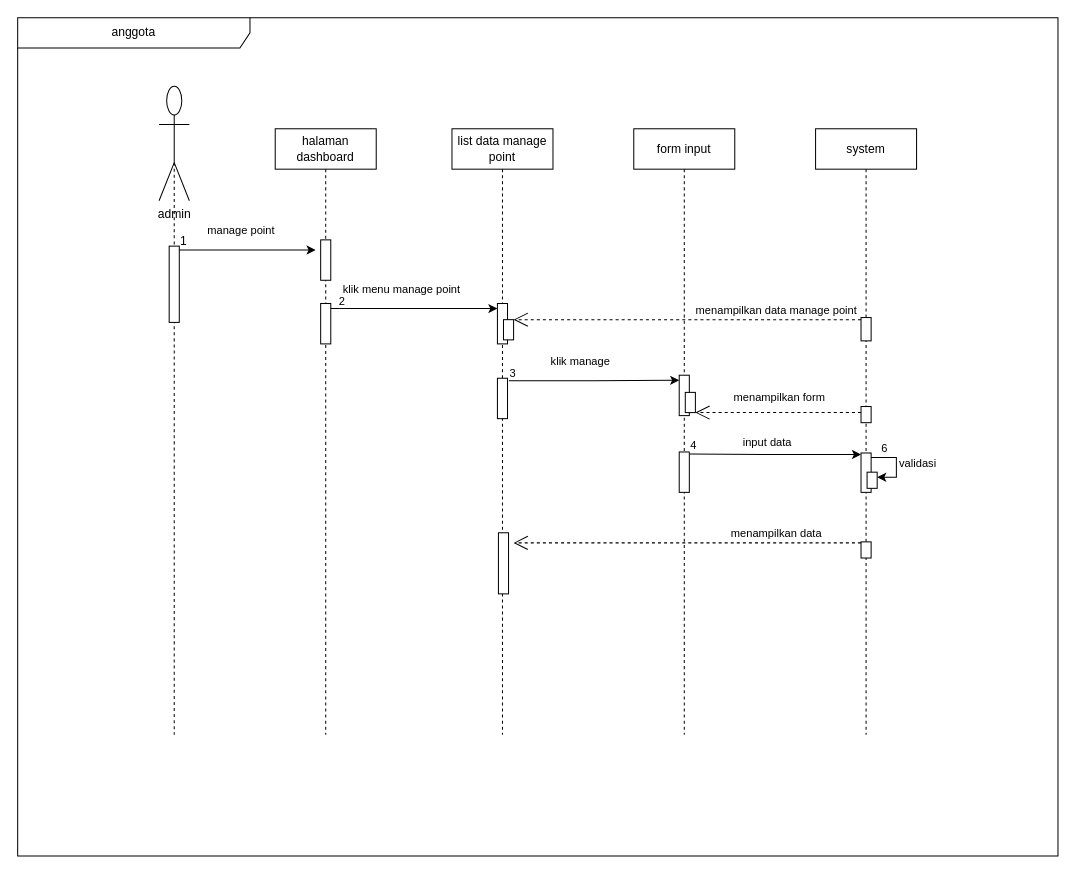
Above: page "Copy of Sequence anggota" (22 of 43) of public/Untitled Diagram.drawio in alinurd/simpanPinjam (draw.io), before the change. Source tidied: cells renumbered, new cells numbered last; positions are measured from the earlier drawing's top-left corner, leaving out a move shared by most shapes. Both pictures are drawn from the tidied source at 101%, with x=0, y=0 at pixel (17, 17).
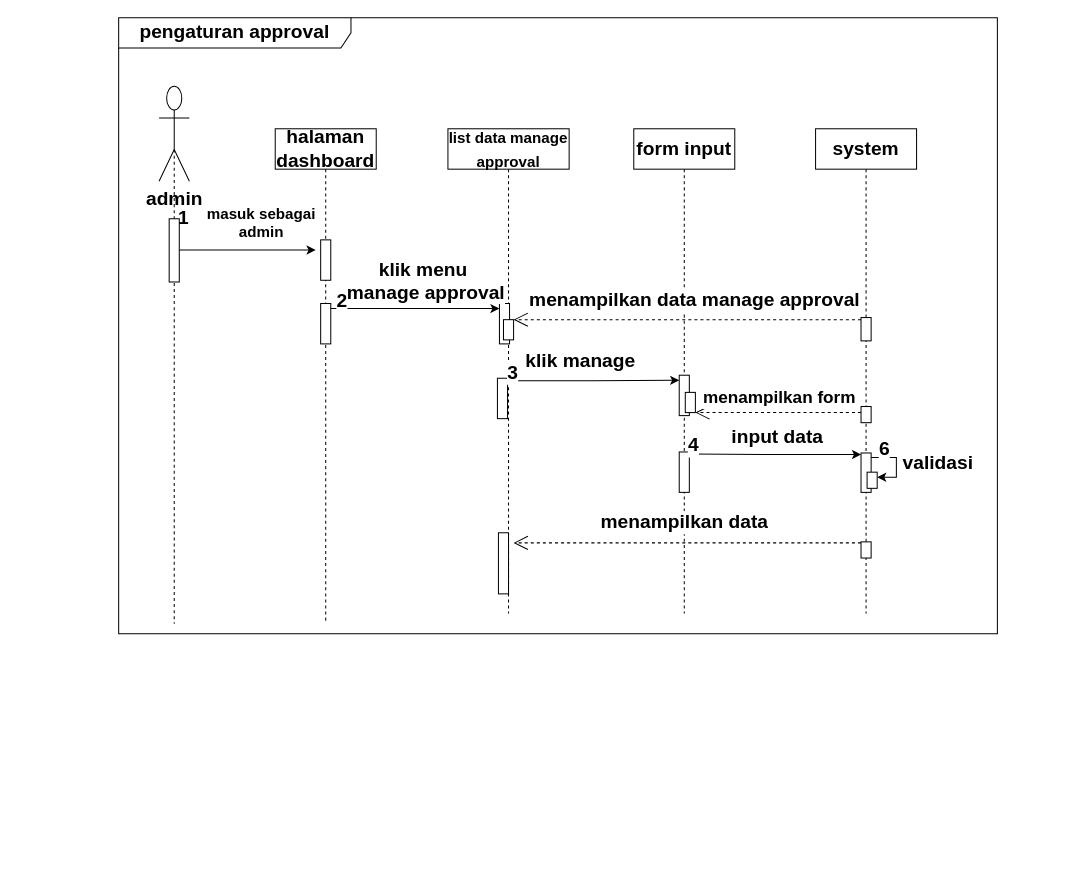
Above is the later version.

Diff of the diagram source:
```diff
@@
-    <mxCell id="2" value="list data manage point" style="shape=umlLifeline;perimeter=lifelinePerimeter;whiteSpace=wrap;html=1;newEdgeStyle={&quot;edgeStyle&quot;:&quot;elbowEdgeStyle&quot;,&quot;elbow&quot;:&quot;vertical&quot;,&quot;curved&quot;:0,&quot;rounded&quot;:0};" parent="1" vertex="1">
-      <mxGeometry x="430" y="110" width="100" height="600" as="geometry" />
+    <mxCell id="2" value="&lt;font style=&quot;font-size: 15px;&quot;&gt;list data manage approval&lt;/font&gt;" style="shape=umlLifeline;perimeter=lifelinePerimeter;whiteSpace=wrap;html=1;newEdgeStyle={&quot;edgeStyle&quot;:&quot;elbowEdgeStyle&quot;,&quot;elbow&quot;:&quot;vertical&quot;,&quot;curved&quot;:0,&quot;rounded&quot;:0};fontSize=19;fontStyle=1;" parent="1" vertex="1">
+      <mxGeometry x="426" y="110" width="120" height="480" as="geometry" />
     </mxCell>
-    <mxCell id="3" style="html=1;points=[[0,0,0,0,5],[0,1,0,0,-5],[1,0,0,0,5],[1,1,0,0,-5]];perimeter=orthogonalPerimeter;outlineConnect=0;targetShapes=umlLifeline;portConstraint=eastwest;newEdgeStyle={&quot;curved&quot;:0,&quot;rounded&quot;:0};" parent="2" vertex="1">
-      <mxGeometry x="45" y="173" width="10" height="40" as="geometry" />
+    <mxCell id="3" style="html=1;points=[[0,0,0,0,5],[0,1,0,0,-5],[1,0,0,0,5],[1,1,0,0,-5]];perimeter=orthogonalPerimeter;outlineConnect=0;targetShapes=umlLifeline;portConstraint=eastwest;newEdgeStyle={&quot;curved&quot;:0,&quot;rounded&quot;:0};fontSize=19;fontStyle=1;" parent="2" vertex="1">
+      <mxGeometry x="51" y="173" width="10" height="40" as="geometry" />
     </mxCell>
-    <mxCell id="4" value="anggota" style="shape=umlFrame;whiteSpace=wrap;html=1;width=230;height=30;" parent="1" vertex="1">
-      <mxGeometry width="1030" height="830" as="geometry" />
+    <mxCell id="4" value="pengaturan approval" style="shape=umlFrame;whiteSpace=wrap;html=1;width=230;height=30;fontSize=19;fontStyle=1;" parent="1" vertex="1">
+      <mxGeometry x="100" width="870" height="610" as="geometry" />
     </mxCell>
-    <mxCell id="5" value="halaman dashboard" style="shape=umlLifeline;perimeter=lifelinePerimeter;whiteSpace=wrap;html=1;newEdgeStyle={&quot;edgeStyle&quot;:&quot;elbowEdgeStyle&quot;,&quot;elbow&quot;:&quot;vertical&quot;,&quot;curved&quot;:0,&quot;rounded&quot;:0};" parent="1" vertex="1">
-      <mxGeometry x="255" y="110" width="100" height="600" as="geometry" />
+    <mxCell id="5" value="halaman dashboard" style="shape=umlLifeline;perimeter=lifelinePerimeter;whiteSpace=wrap;html=1;newEdgeStyle={&quot;edgeStyle&quot;:&quot;elbowEdgeStyle&quot;,&quot;elbow&quot;:&quot;vertical&quot;,&quot;curved&quot;:0,&quot;rounded&quot;:0};fontSize=19;fontStyle=1;" parent="1" vertex="1">
+      <mxGeometry x="255" y="110" width="100" height="490" as="geometry" />
     </mxCell>
-    <mxCell id="6" style="html=1;perimeter=orthogonalPerimeter;targetShapes=umlLifeline;newEdgeStyle={&quot;curved&quot;:0,&quot;rounded&quot;:0};" parent="5" vertex="1">
+    <mxCell id="6" style="html=1;perimeter=orthogonalPerimeter;targetShapes=umlLifeline;newEdgeStyle={&quot;curved&quot;:0,&quot;rounded&quot;:0};fontSize=19;fontStyle=1;" parent="5" vertex="1">
       <mxGeometry x="45" y="110" width="10" height="40" as="geometry" />
     </mxCell>
-    <mxCell id="7" style="html=1;points=[[0,0,0,0,5],[0,1,0,0,-5],[1,0,0,0,5],[1,1,0,0,-5]];perimeter=orthogonalPerimeter;outlineConnect=0;targetShapes=umlLifeline;portConstraint=eastwest;newEdgeStyle={&quot;curved&quot;:0,&quot;rounded&quot;:0};" parent="5" vertex="1">
+    <mxCell id="7" style="html=1;points=[[0,0,0,0,5],[0,1,0,0,-5],[1,0,0,0,5],[1,1,0,0,-5]];perimeter=orthogonalPerimeter;outlineConnect=0;targetShapes=umlLifeline;portConstraint=eastwest;newEdgeStyle={&quot;curved&quot;:0,&quot;rounded&quot;:0};fontSize=19;fontStyle=1;" parent="5" vertex="1">
       <mxGeometry x="45" y="173" width="10" height="40" as="geometry" />
     </mxCell>
-    <mxCell id="8" style="group;" parent="1" vertex="1">
-      <mxGeometry x="105" y="68" width="100" height="642" as="geometry" />
+    <mxCell id="8" style="group;fontSize=19;fontStyle=1;" parent="1" vertex="1">
+      <mxGeometry x="105" y="68" width="100" height="532" as="geometry" />
     </mxCell>
-    <mxCell id="9" style="shape=umlLifeline;perimeter=lifelinePerimeter;whiteSpace=wrap;html=1;newEdgeStyle={&quot;edgeStyle&quot;:&quot;elbowEdgeStyle&quot;,&quot;elbow&quot;:&quot;vertical&quot;,&quot;curved&quot;:0,&quot;rounded&quot;:0};size=0;" parent="8" vertex="1">
-      <mxGeometry y="75.5" width="100" height="566.5" as="geometry" />
+    <mxCell id="9" style="shape=umlLifeline;perimeter=lifelinePerimeter;whiteSpace=wrap;html=1;newEdgeStyle={&quot;edgeStyle&quot;:&quot;elbowEdgeStyle&quot;,&quot;elbow&quot;:&quot;vertical&quot;,&quot;curved&quot;:0,&quot;rounded&quot;:0};size=0;fontSize=19;fontStyle=1;" parent="8" vertex="1">
+      <mxGeometry y="62.6" width="100" height="469.4" as="geometry" />
     </mxCell>
-    <mxCell id="10" value="admin" style="shape=umlActor;verticalLabelPosition=bottom;verticalAlign=top;html=1;" parent="8" vertex="1">
-      <mxGeometry x="35" width="30" height="113.3" as="geometry" />
+    <mxCell id="10" value="admin" style="shape=umlActor;verticalLabelPosition=bottom;verticalAlign=top;html=1;fontSize=19;fontStyle=1;" parent="8" vertex="1">
+      <mxGeometry x="35" width="30" height="93.9" as="geometry" />
     </mxCell>
-    <mxCell id="11" style="html=1;perimeter=orthogonalPerimeter;targetShapes=umlLifeline;newEdgeStyle={&quot;curved&quot;:0,&quot;rounded&quot;:0};" parent="8" vertex="1">
-      <mxGeometry x="45" y="158.2" width="10" height="75.5" as="geometry" />
+    <mxCell id="11" style="html=1;perimeter=orthogonalPerimeter;targetShapes=umlLifeline;newEdgeStyle={&quot;curved&quot;:0,&quot;rounded&quot;:0};fontSize=19;fontStyle=1;" parent="8" vertex="1">
+      <mxGeometry x="45" y="131.1" width="10" height="62.6" as="geometry" />
     </mxCell>
-    <mxCell id="12" value="1" style="text;html=1;align=center;verticalAlign=middle;strokeColor=none;fillColor=none;" parent="8" vertex="1">
-      <mxGeometry x="44" y="139" width="30" height="30" as="geometry" />
+    <mxCell id="12" value="1" style="text;html=1;align=center;verticalAlign=middle;strokeColor=none;fillColor=none;fontSize=19;fontStyle=1;" parent="8" vertex="1">
+      <mxGeometry x="44" y="111" width="30" height="40" as="geometry" />
     </mxCell>
-    <mxCell id="13" style="edgeStyle=orthogonalEdgeStyle;rounded=0;orthogonalLoop=1;jettySize=auto;html=1;curved=0;" parent="1" edge="1">
+    <mxCell id="13" style="edgeStyle=orthogonalEdgeStyle;rounded=0;orthogonalLoop=1;jettySize=auto;html=1;curved=0;fontSize=19;fontStyle=1;" parent="1" edge="1">
       <mxGeometry relative="1" as="geometry">
         <mxPoint x="160" y="230" as="sourcePoint" />
         <mxPoint x="295" y="230" as="targetPoint" />
       </mxGeometry>
     </mxCell>
-    <mxCell id="14" value="manage point" style="edgeLabel;html=1;align=center;verticalAlign=middle;" parent="13" vertex="1">
+    <mxCell id="14" value="&lt;div style=&quot;font-size: 15px;&quot;&gt;&lt;font style=&quot;font-size: 15px;&quot;&gt;masuk sebagai&lt;/font&gt;&lt;/div&gt;&lt;div style=&quot;font-size: 15px;&quot;&gt;&lt;font style=&quot;font-size: 15px;&quot;&gt;admin&lt;br&gt;&lt;/font&gt;&lt;/div&gt;" style="edgeLabel;html=1;align=center;verticalAlign=middle;fontSize=19;fontStyle=1;" parent="13" vertex="1">
       <mxGeometry x="-0.43" y="1" relative="1" as="geometry">
-        <mxPoint x="22" y="-19" as="offset" />
+        <mxPoint x="42" y="-27" as="offset" />
       </mxGeometry>
     </mxCell>
-    <mxCell id="15" style="edgeStyle=orthogonalEdgeStyle;rounded=0;jettySize=auto;html=1;curved=0;entryX=0;entryY=0;entryDx=0;entryDy=5;entryPerimeter=0;exitX=1;exitY=0;exitDx=0;exitDy=5;exitPerimeter=0;" parent="1" edge="1" source="7" target="3">
+    <mxCell id="15" style="edgeStyle=orthogonalEdgeStyle;rounded=0;jettySize=auto;html=1;curved=0;entryX=0;entryY=0;entryDx=0;entryDy=5;entryPerimeter=0;exitX=1;exitY=0;exitDx=0;exitDy=5;exitPerimeter=0;fontSize=19;fontStyle=1;" parent="1" edge="1" source="7" target="3">
       <mxGeometry relative="1" as="geometry" />
     </mxCell>
-    <mxCell id="16" value="klik menu manage point" style="edgeLabel;html=1;align=center;verticalAlign=middle;" parent="15" vertex="1">
+    <mxCell id="16" value="&lt;div&gt;klik menu&amp;nbsp;&lt;/div&gt;&lt;div&gt;manage approval&lt;/div&gt;" style="edgeLabel;html=1;align=center;verticalAlign=middle;fontSize=19;fontStyle=1;" parent="15" vertex="1">
       <mxGeometry x="-0.43" y="1" relative="1" as="geometry">
-        <mxPoint x="22" y="-19" as="offset" />
+        <mxPoint x="45" y="-27" as="offset" />
       </mxGeometry>
     </mxCell>
-    <mxCell id="17" value="2" style="edgeLabel;html=1;align=center;verticalAlign=middle;" parent="1" vertex="1">
+    <mxCell id="17" value="2" style="edgeLabel;html=1;align=center;verticalAlign=middle;fontSize=19;fontStyle=1;" parent="1" vertex="1">
       <mxGeometry x="320" y="280" as="geometry" />
     </mxCell>
-    <mxCell id="18" style="html=1;points=[[0,0,0,0,5],[0,1,0,0,-5],[1,0,0,0,5],[1,1,0,0,-5]];perimeter=orthogonalPerimeter;outlineConnect=0;targetShapes=umlLifeline;portConstraint=eastwest;newEdgeStyle={&quot;curved&quot;:0,&quot;rounded&quot;:0};" parent="1" vertex="1">
+    <mxCell id="18" style="html=1;points=[[0,0,0,0,5],[0,1,0,0,-5],[1,0,0,0,5],[1,1,0,0,-5]];perimeter=orthogonalPerimeter;outlineConnect=0;targetShapes=umlLifeline;portConstraint=eastwest;newEdgeStyle={&quot;curved&quot;:0,&quot;rounded&quot;:0};fontSize=19;fontStyle=1;" parent="1" vertex="1">
       <mxGeometry x="475" y="357" width="10" height="40" as="geometry" />
     </mxCell>
-    <mxCell id="19" value="form input" style="shape=umlLifeline;perimeter=lifelinePerimeter;whiteSpace=wrap;html=1;newEdgeStyle={&quot;edgeStyle&quot;:&quot;elbowEdgeStyle&quot;,&quot;elbow&quot;:&quot;vertical&quot;,&quot;curved&quot;:0,&quot;rounded&quot;:0};" parent="1" vertex="1">
-      <mxGeometry x="610" y="110" width="100" height="600" as="geometry" />
+    <mxCell id="19" value="form input" style="shape=umlLifeline;perimeter=lifelinePerimeter;whiteSpace=wrap;html=1;newEdgeStyle={&quot;edgeStyle&quot;:&quot;elbowEdgeStyle&quot;,&quot;elbow&quot;:&quot;vertical&quot;,&quot;curved&quot;:0,&quot;rounded&quot;:0};fontSize=19;fontStyle=1;" parent="1" vertex="1">
+      <mxGeometry x="610" y="110" width="100" height="480" as="geometry" />
     </mxCell>
-    <mxCell id="20" style="html=1;points=[[0,0,0,0,5],[0,1,0,0,-5],[1,0,0,0,5],[1,1,0,0,-5]];perimeter=orthogonalPerimeter;outlineConnect=0;targetShapes=umlLifeline;portConstraint=eastwest;newEdgeStyle={&quot;curved&quot;:0,&quot;rounded&quot;:0};" parent="19" vertex="1">
+    <mxCell id="20" style="html=1;points=[[0,0,0,0,5],[0,1,0,0,-5],[1,0,0,0,5],[1,1,0,0,-5]];perimeter=orthogonalPerimeter;outlineConnect=0;targetShapes=umlLifeline;portConstraint=eastwest;newEdgeStyle={&quot;curved&quot;:0,&quot;rounded&quot;:0};fontSize=19;fontStyle=1;" parent="19" vertex="1">
       <mxGeometry x="45" y="244" width="10" height="40" as="geometry" />
     </mxCell>
-    <mxCell id="21" style="html=1;points=[[0,0,0,0,5],[0,1,0,0,-5],[1,0,0,0,5],[1,1,0,0,-5]];perimeter=orthogonalPerimeter;outlineConnect=0;targetShapes=umlLifeline;portConstraint=eastwest;newEdgeStyle={&quot;curved&quot;:0,&quot;rounded&quot;:0};" parent="19" vertex="1">
+    <mxCell id="21" style="html=1;points=[[0,0,0,0,5],[0,1,0,0,-5],[1,0,0,0,5],[1,1,0,0,-5]];perimeter=orthogonalPerimeter;outlineConnect=0;targetShapes=umlLifeline;portConstraint=eastwest;newEdgeStyle={&quot;curved&quot;:0,&quot;rounded&quot;:0};fontSize=19;fontStyle=1;" parent="19" vertex="1">
       <mxGeometry x="51" y="261" width="10" height="20" as="geometry" />
     </mxCell>
-    <mxCell id="22" style="html=1;perimeter=orthogonalPerimeter;targetShapes=umlLifeline;newEdgeStyle={&quot;curved&quot;:0,&quot;rounded&quot;:0};" parent="19" vertex="1">
+    <mxCell id="22" style="html=1;perimeter=orthogonalPerimeter;targetShapes=umlLifeline;newEdgeStyle={&quot;curved&quot;:0,&quot;rounded&quot;:0};fontSize=19;fontStyle=1;" parent="19" vertex="1">
       <mxGeometry x="45" y="320" width="10" height="40" as="geometry" />
     </mxCell>
-    <mxCell id="23" value="system" style="shape=umlLifeline;perimeter=lifelinePerimeter;whiteSpace=wrap;html=1;newEdgeStyle={&quot;edgeStyle&quot;:&quot;elbowEdgeStyle&quot;,&quot;elbow&quot;:&quot;vertical&quot;,&quot;curved&quot;:0,&quot;rounded&quot;:0};" parent="1" vertex="1">
-      <mxGeometry x="790" y="110" width="100" height="600" as="geometry" />
+    <mxCell id="23" value="system" style="shape=umlLifeline;perimeter=lifelinePerimeter;whiteSpace=wrap;html=1;newEdgeStyle={&quot;edgeStyle&quot;:&quot;elbowEdgeStyle&quot;,&quot;elbow&quot;:&quot;vertical&quot;,&quot;curved&quot;:0,&quot;rounded&quot;:0};fontSize=19;fontStyle=1;" parent="1" vertex="1">
+      <mxGeometry x="790" y="110" width="100" height="480" as="geometry" />
     </mxCell>
-    <mxCell id="24" style="html=1;points=[[0,0,0,0,5],[0,1,0,0,-5],[1,0,0,0,5],[1,1,0,0,-5]];perimeter=orthogonalPerimeter;outlineConnect=0;targetShapes=umlLifeline;portConstraint=eastwest;newEdgeStyle={&quot;curved&quot;:0,&quot;rounded&quot;:0};" parent="23" vertex="1">
+    <mxCell id="24" style="html=1;points=[[0,0,0,0,5],[0,1,0,0,-5],[1,0,0,0,5],[1,1,0,0,-5]];perimeter=orthogonalPerimeter;outlineConnect=0;targetShapes=umlLifeline;portConstraint=eastwest;newEdgeStyle={&quot;curved&quot;:0,&quot;rounded&quot;:0};fontSize=19;fontStyle=1;" parent="23" vertex="1">
       <mxGeometry x="45" y="186.9" width="10" height="23.1" as="geometry" />
     </mxCell>
-    <mxCell id="25" style="html=1;points=[[0,0,0,0,5],[0,1,0,0,-5],[1,0,0,0,5],[1,1,0,0,-5]];perimeter=orthogonalPerimeter;outlineConnect=0;targetShapes=umlLifeline;portConstraint=eastwest;newEdgeStyle={&quot;curved&quot;:0,&quot;rounded&quot;:0};" parent="23" vertex="1">
+    <mxCell id="25" style="html=1;points=[[0,0,0,0,5],[0,1,0,0,-5],[1,0,0,0,5],[1,1,0,0,-5]];perimeter=orthogonalPerimeter;outlineConnect=0;targetShapes=umlLifeline;portConstraint=eastwest;newEdgeStyle={&quot;curved&quot;:0,&quot;rounded&quot;:0};fontSize=19;fontStyle=1;" parent="23" vertex="1">
       <mxGeometry x="45" y="275" width="10" height="16" as="geometry" />
     </mxCell>
-    <mxCell id="26" style="html=1;perimeter=orthogonalPerimeter;targetShapes=umlLifeline;newEdgeStyle={&quot;curved&quot;:0,&quot;rounded&quot;:0};" parent="23" vertex="1">
+    <mxCell id="26" style="html=1;perimeter=orthogonalPerimeter;targetShapes=umlLifeline;newEdgeStyle={&quot;curved&quot;:0,&quot;rounded&quot;:0};fontSize=19;fontStyle=1;" parent="23" vertex="1">
       <mxGeometry x="45" y="321" width="10" height="39" as="geometry" />
     </mxCell>
-    <mxCell id="27" style="html=1;points=[[0,0,0,0,5],[0,1,0,0,-5],[1,0,0,0,5],[1,1,0,0,-5]];perimeter=orthogonalPerimeter;outlineConnect=0;targetShapes=umlLifeline;portConstraint=eastwest;newEdgeStyle={&quot;curved&quot;:0,&quot;rounded&quot;:0};" parent="23" vertex="1">
+    <mxCell id="27" style="html=1;points=[[0,0,0,0,5],[0,1,0,0,-5],[1,0,0,0,5],[1,1,0,0,-5]];perimeter=orthogonalPerimeter;outlineConnect=0;targetShapes=umlLifeline;portConstraint=eastwest;newEdgeStyle={&quot;curved&quot;:0,&quot;rounded&quot;:0};fontSize=19;fontStyle=1;" parent="23" vertex="1">
       <mxGeometry x="51" y="340" width="10" height="16" as="geometry" />
     </mxCell>
-    <mxCell id="28" style="html=1;perimeter=orthogonalPerimeter;targetShapes=umlLifeline;newEdgeStyle={&quot;curved&quot;:0,&quot;rounded&quot;:0};" parent="23" vertex="1">
+    <mxCell id="28" style="html=1;perimeter=orthogonalPerimeter;targetShapes=umlLifeline;newEdgeStyle={&quot;curved&quot;:0,&quot;rounded&quot;:0};fontSize=19;fontStyle=1;" parent="23" vertex="1">
       <mxGeometry x="45" y="409" width="10" height="16" as="geometry" />
     </mxCell>
-    <mxCell id="29" style="html=1;perimeter=orthogonalPerimeter;targetShapes=umlLifeline;newEdgeStyle={&quot;curved&quot;:0,&quot;rounded&quot;:0};" parent="1" vertex="1">
+    <mxCell id="29" style="html=1;perimeter=orthogonalPerimeter;targetShapes=umlLifeline;newEdgeStyle={&quot;curved&quot;:0,&quot;rounded&quot;:0};fontSize=19;fontStyle=1;" parent="1" vertex="1">
       <mxGeometry x="481" y="299" width="10" height="20" as="geometry" />
     </mxCell>
-    <mxCell id="30" value="menampilkan data manage point" style="endArrow=open;endSize=12;dashed=1;html=1;rounded=0;entryX=1;entryY=0;entryDx=0;entryDy=5;entryPerimeter=0;" parent="1" edge="1" source="24">
-      <mxGeometry x="-0.51" y="-9" relative="1" as="geometry">
+    <mxCell id="30" value="menampilkan data manage approval" style="endArrow=open;endSize=12;dashed=1;html=1;rounded=0;entryX=1;entryY=0;entryDx=0;entryDy=5;entryPerimeter=0;fontSize=19;fontStyle=1;" parent="1" edge="1" source="24">
+      <mxGeometry x="-0.04" y="-19" relative="1" as="geometry">
         <mxPoint x="491" y="299" as="targetPoint" />
       </mxGeometry>
     </mxCell>
-    <mxCell id="31" style="edgeStyle=orthogonalEdgeStyle;rounded=0;jettySize=auto;html=1;curved=0;entryX=0;entryY=0;entryDx=0;entryDy=5;entryPerimeter=0;exitX=1.137;exitY=0.061;exitDx=0;exitDy=0;exitPerimeter=0;" parent="1" edge="1" source="18" target="20">
+    <mxCell id="31" style="edgeStyle=orthogonalEdgeStyle;rounded=0;jettySize=auto;html=1;curved=0;entryX=0;entryY=0;entryDx=0;entryDy=5;entryPerimeter=0;exitX=1.137;exitY=0.061;exitDx=0;exitDy=0;exitPerimeter=0;fontSize=19;fontStyle=1;" parent="1" edge="1" source="18" target="20">
       <mxGeometry relative="1" as="geometry" />
     </mxCell>
-    <mxCell id="32" value="klik manage" style="edgeLabel;html=1;align=center;verticalAlign=middle;" parent="31" vertex="1">
+    <mxCell id="32" value="klik manage" style="edgeLabel;html=1;align=center;verticalAlign=middle;fontSize=19;fontStyle=1;" parent="31" vertex="1">
       <mxGeometry x="-0.43" y="1" relative="1" as="geometry">
         <mxPoint x="22" y="-19" as="offset" />
       </mxGeometry>
     </mxCell>
-    <mxCell id="33" value="3" style="edgeLabel;html=1;align=center;verticalAlign=middle;" parent="1" vertex="1">
+    <mxCell id="33" value="3" style="edgeLabel;html=1;align=center;verticalAlign=middle;fontSize=19;fontStyle=1;" parent="1" vertex="1">
       <mxGeometry x="320" y="290" as="geometry">
         <mxPoint x="169" y="61" as="offset" />
       </mxGeometry>
     </mxCell>
-    <mxCell id="34" value="menampilkan form " style="endArrow=open;endSize=12;dashed=1;html=1;rounded=0;" parent="1" edge="1" source="25" target="21">
+    <mxCell id="34" value="&lt;font style=&quot;font-size: 17px;&quot;&gt;menampilkan form &lt;/font&gt;" style="endArrow=open;endSize=12;dashed=1;html=1;rounded=0;fontSize=19;fontStyle=1;" parent="1" edge="1" source="25" target="21">
       <mxGeometry x="-0.01" y="-15" relative="1" as="geometry" />
     </mxCell>
-    <mxCell id="35" style="edgeStyle=orthogonalEdgeStyle;rounded=0;orthogonalLoop=1;jettySize=auto;html=1;curved=0;" parent="1" edge="1">
+    <mxCell id="35" style="edgeStyle=orthogonalEdgeStyle;rounded=0;orthogonalLoop=1;jettySize=auto;html=1;curved=0;fontSize=19;fontStyle=1;" parent="1" edge="1">
       <mxGeometry relative="1" as="geometry">
         <mxPoint x="665" y="432" as="sourcePoint" />
         <mxPoint x="835" y="432.5" as="targetPoint" />
       </mxGeometry>
     </mxCell>
-    <mxCell id="36" value="input data" style="edgeLabel;html=1;align=center;verticalAlign=middle;" parent="35" vertex="1">
+    <mxCell id="36" value="input data" style="edgeLabel;html=1;align=center;verticalAlign=middle;fontSize=19;fontStyle=1;" parent="35" vertex="1">
       <mxGeometry x="-0.43" y="1" relative="1" as="geometry">
-        <mxPoint x="27" y="-11" as="offset" />
+        <mxPoint x="37" y="-16" as="offset" />
       </mxGeometry>
     </mxCell>
-    <mxCell id="37" value="4" style="edgeLabel;html=1;align=center;verticalAlign=middle;" parent="1" vertex="1">
+    <mxCell id="37" value="4" style="edgeLabel;html=1;align=center;verticalAlign=middle;fontSize=19;fontStyle=1;" parent="1" vertex="1">
       <mxGeometry x="668" y="423" as="geometry" />
     </mxCell>
-    <mxCell id="38" style="edgeStyle=orthogonalEdgeStyle;rounded=0;jettySize=auto;html=1;curved=0;entryX=1;entryY=0;entryDx=0;entryDy=5;entryPerimeter=0;" parent="1" edge="1" target="27">
+    <mxCell id="38" style="edgeStyle=orthogonalEdgeStyle;rounded=0;jettySize=auto;html=1;curved=0;entryX=1;entryY=0;entryDx=0;entryDy=5;entryPerimeter=0;fontSize=19;fontStyle=1;" parent="1" edge="1" target="27">
       <mxGeometry relative="1" as="geometry">
         <mxPoint x="845" y="435.5" as="sourcePoint" />
         <Array as="points">
           <mxPoint x="870" y="436" />
           <mxPoint x="870" y="455" />
         </Array>
       </mxGeometry>
     </mxCell>
-    <mxCell id="39" value="validasi" style="edgeLabel;html=1;align=center;verticalAlign=middle;" parent="38" vertex="1">
+    <mxCell id="39" value="validasi" style="edgeLabel;html=1;align=center;verticalAlign=middle;fontSize=19;fontStyle=1;" parent="38" vertex="1">
       <mxGeometry x="-0.43" y="1" relative="1" as="geometry">
-        <mxPoint x="27" y="6" as="offset" />
+        <mxPoint x="47" y="6" as="offset" />
       </mxGeometry>
     </mxCell>
-    <mxCell id="40" style="html=1;perimeter=orthogonalPerimeter;targetShapes=umlLifeline;newEdgeStyle={&quot;curved&quot;:0,&quot;rounded&quot;:0};" parent="1" vertex="1">
+    <mxCell id="40" style="html=1;perimeter=orthogonalPerimeter;targetShapes=umlLifeline;newEdgeStyle={&quot;curved&quot;:0,&quot;rounded&quot;:0};fontSize=19;fontStyle=1;" parent="1" vertex="1">
       <mxGeometry x="476" y="510" width="10" height="60.5" as="geometry" />
     </mxCell>
-    <mxCell id="41" value="menampilkan data" style="endArrow=open;endSize=12;dashed=1;html=1;rounded=0;entryX=1;entryY=0;entryDx=0;entryDy=5;entryPerimeter=0;" parent="1" edge="1">
-      <mxGeometry x="-0.51" y="-9" relative="1" as="geometry">
+    <mxCell id="41" value="menampilkan data" style="endArrow=open;endSize=12;dashed=1;html=1;rounded=0;entryX=1;entryY=0;entryDx=0;entryDy=5;entryPerimeter=0;fontSize=19;fontStyle=1;" parent="1" edge="1">
+      <mxGeometry x="0.02" y="-20" relative="1" as="geometry">
         <mxPoint x="835" y="520" as="sourcePoint" />
         <mxPoint x="491" y="520" as="targetPoint" />
       </mxGeometry>
     </mxCell>
-    <mxCell id="42" value="6" style="edgeLabel;html=1;align=center;verticalAlign=middle;" parent="1" vertex="1">
+    <mxCell id="42" value="6" style="edgeLabel;html=1;align=center;verticalAlign=middle;fontSize=19;fontStyle=1;" parent="1" vertex="1">
       <mxGeometry x="857" y="426" as="geometry" />
     </mxCell>
```
